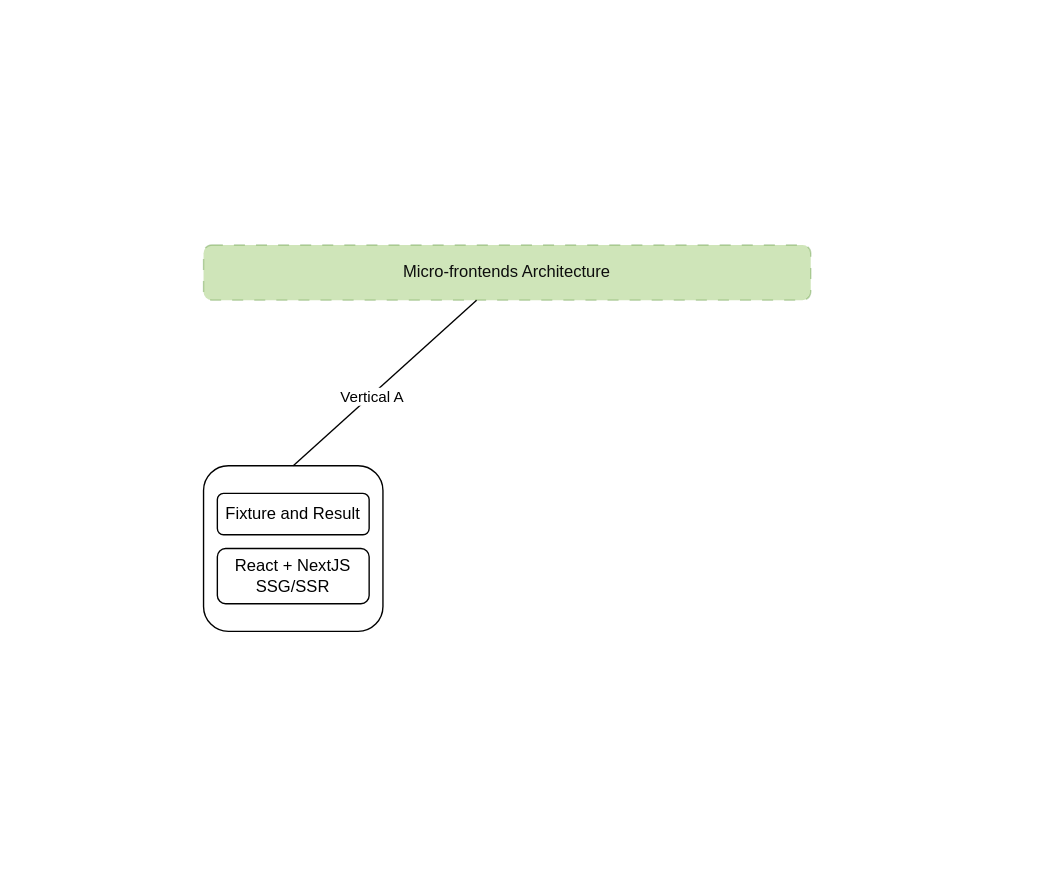
The draw.io diagram page "team" (1 of 3) of abc-racing.drawio in ajaynarang/diagrams, before the edit. Source tidied: cells renumbered, new cells numbered last; positions are measured from the earlier drawing's top-left corner, leaving out a move shared by most shapes. Both pictures are drawn from the tidied source at 138%, with x=0, y=0 at pixel (203, 244).
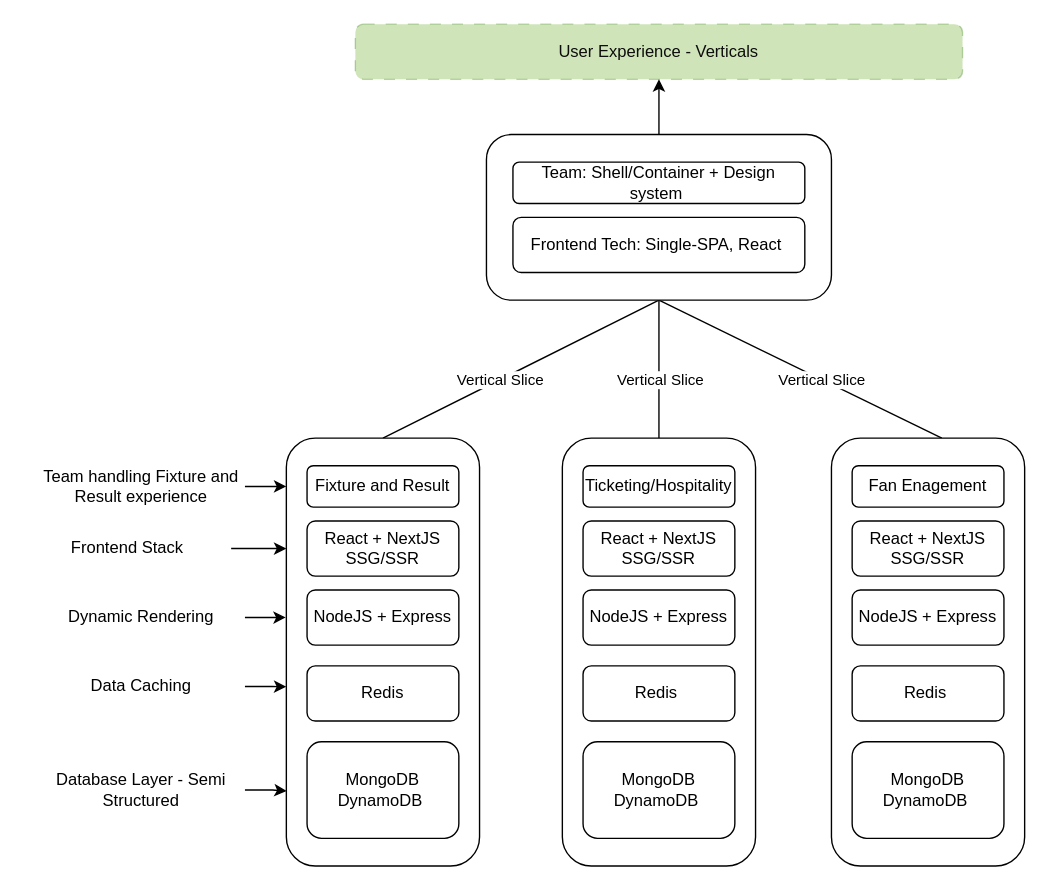
After the change.

Change to the diagram source:
```diff
@@
-    <mxCell id="2" value="Micro-frontends Architecture" style="rounded=1;whiteSpace=wrap;html=1;dashed=1;dashPattern=8 8;fillColor=#60a917;fontColor=#0D0D0D;strokeColor=#2D7600;opacity=30;" parent="1" vertex="1">
-      <mxGeometry width="440" height="40" as="geometry" />
+    <mxCell id="2" value="User Experience - Verticals" style="rounded=1;whiteSpace=wrap;html=1;dashed=1;dashPattern=8 8;fillColor=#60a917;fontColor=#0D0D0D;strokeColor=#2D7600;opacity=30;" parent="1" vertex="1">
+      <mxGeometry x="110" y="-160" width="440" height="40" as="geometry" />
     </mxCell>
-    <mxCell id="3" style="rounded=1;whiteSpace=wrap;html=1;" parent="1" vertex="1">
-      <mxGeometry y="160" width="130" height="120" as="geometry" />
-    </mxCell>
-    <mxCell id="4" style="rounded=0;jettySize=auto;html=1;exitX=0.5;exitY=0;exitDx=0;exitDy=0;endArrow=none;startFill=0;" parent="1" edge="1" source="3" target="2">
+    <mxCell id="4" style="rounded=0;jettySize=auto;html=1;exitX=0.5;exitY=0;exitDx=0;exitDy=0;endArrow=none;startFill=0;entryX=0.5;entryY=1;entryDx=0;entryDy=0;" parent="1" edge="1" source="3" target="14">
       <mxGeometry relative="1" as="geometry" />
     </mxCell>
-    <mxCell id="5" value="Vertical A" style="edgeLabel;html=1;align=center;verticalAlign=middle;" parent="4" vertex="1">
+    <mxCell id="5" value="Vertical Slice" style="edgeLabel;html=1;align=center;verticalAlign=middle;" parent="4" vertex="1">
       <mxGeometry x="-0.15" relative="1" as="geometry" />
     </mxCell>
+    <mxCell id="8" style="rounded=0;jettySize=auto;html=1;exitX=0.5;exitY=0;exitDx=0;exitDy=0;endArrow=none;startFill=0;entryX=0.5;entryY=1;entryDx=0;entryDy=0;" parent="1" edge="1" target="14">
+      <mxGeometry relative="1" as="geometry">
+        <mxPoint x="330" y="140" as="sourcePoint" />
+      </mxGeometry>
+    </mxCell>
+    <mxCell id="9" value="Vertical Slice" style="edgeLabel;html=1;align=center;verticalAlign=middle;" parent="8" vertex="1">
+      <mxGeometry x="-0.15" relative="1" as="geometry" />
+    </mxCell>
+    <mxCell id="10" style="rounded=0;jettySize=auto;html=1;exitX=0.5;exitY=0;exitDx=0;exitDy=0;endArrow=none;startFill=0;entryX=0.5;entryY=1;entryDx=0;entryDy=0;" parent="1" edge="1" target="14">
+      <mxGeometry relative="1" as="geometry">
+        <mxPoint x="535" y="140" as="sourcePoint" />
+      </mxGeometry>
+    </mxCell>
+    <mxCell id="11" value="Vertical Slice" style="edgeLabel;html=1;align=center;verticalAlign=middle;" parent="10" vertex="1">
+      <mxGeometry x="-0.15" relative="1" as="geometry" />
+    </mxCell>
+    <mxCell id="12" style="group;" parent="1" vertex="1">
+      <mxGeometry x="205" y="-80" width="250" height="120" as="geometry" />
+    </mxCell>
+    <mxCell id="13" style="group;" parent="12" vertex="1">
+      <mxGeometry width="250" height="120" as="geometry" />
+    </mxCell>
+    <mxCell id="14" style="rounded=1;whiteSpace=wrap;html=1;" parent="13" vertex="1">
+      <mxGeometry width="250" height="120" as="geometry" />
+    </mxCell>
+    <mxCell id="15" value="Frontend Tech: Single-SPA, React&amp;nbsp;" style="rounded=1;whiteSpace=wrap;html=1;" parent="13" vertex="1">
+      <mxGeometry x="19.2" y="60" width="211.5" height="40" as="geometry" />
+    </mxCell>
+    <mxCell id="16" value="Team: Shell/Container + Design system&amp;nbsp;" style="rounded=1;whiteSpace=wrap;html=1;" parent="13" vertex="1">
+      <mxGeometry x="19.2" y="20" width="211.5" height="30" as="geometry" />
+    </mxCell>
+    <mxCell id="17" style="edgeStyle=orthogonalEdgeStyle;rounded=0;jettySize=auto;html=1;" parent="1" edge="1" source="14" target="2">
+      <mxGeometry relative="1" as="geometry" />
+    </mxCell>
+    <mxCell id="3" style="rounded=1;whiteSpace=wrap;html=1;" parent="1" vertex="1">
+      <mxGeometry x="60" y="140" width="140" height="310" as="geometry" />
+    </mxCell>
     <mxCell id="6" value="React + NextJS SSG/SSR" style="rounded=1;whiteSpace=wrap;html=1;" parent="1" vertex="1">
-      <mxGeometry x="10" y="220" width="110" height="40" as="geometry" />
+      <mxGeometry x="75" y="200" width="110" height="40" as="geometry" />
     </mxCell>
     <mxCell id="7" value="Fixture and Result" style="rounded=1;whiteSpace=wrap;html=1;" parent="1" vertex="1">
-      <mxGeometry x="10" y="180" width="110" height="30" as="geometry" />
+      <mxGeometry x="75" y="160" width="110" height="30" as="geometry" />
     </mxCell>
+    <mxCell id="18" value="NodeJS + Express" style="rounded=1;whiteSpace=wrap;html=1;" parent="1" vertex="1">
+      <mxGeometry x="75" y="250" width="110" height="40" as="geometry" />
+    </mxCell>
+    <mxCell id="19" value="Redis" style="rounded=1;whiteSpace=wrap;html=1;" parent="1" vertex="1">
+      <mxGeometry x="75" y="305" width="110" height="40" as="geometry" />
+    </mxCell>
+    <mxCell id="20" value="MongoDB&lt;div&gt;DynamoDB&amp;nbsp;&lt;/div&gt;" style="rounded=1;whiteSpace=wrap;html=1;" parent="1" vertex="1">
+      <mxGeometry x="75" y="360" width="110" height="70" as="geometry" />
+    </mxCell>
+    <mxCell id="21" style="edgeStyle=orthogonalEdgeStyle;rounded=0;jettySize=auto;html=1;" parent="1" edge="1" source="22">
+      <mxGeometry relative="1" as="geometry">
+        <mxPoint x="60" y="175" as="targetPoint" />
+      </mxGeometry>
+    </mxCell>
+    <mxCell id="22" value="Team handling Fixture and Result experience" style="text;html=1;align=center;verticalAlign=middle;whiteSpace=wrap;rounded=0;" parent="1" vertex="1">
+      <mxGeometry x="-120" y="160" width="150" height="30" as="geometry" />
+    </mxCell>
+    <mxCell id="23" style="edgeStyle=orthogonalEdgeStyle;rounded=0;jettySize=auto;html=1;entryX=0;entryY=0.258;entryDx=0;entryDy=0;entryPerimeter=0;" parent="1" edge="1" source="24" target="3">
+      <mxGeometry relative="1" as="geometry" />
+    </mxCell>
+    <mxCell id="24" value="Frontend Stack" style="text;html=1;align=center;verticalAlign=middle;whiteSpace=wrap;rounded=0;" parent="1" vertex="1">
+      <mxGeometry x="-130" y="205" width="150" height="30" as="geometry" />
+    </mxCell>
+    <mxCell id="25" value="Dynamic Rendering" style="text;html=1;align=center;verticalAlign=middle;whiteSpace=wrap;rounded=0;" parent="1" vertex="1">
+      <mxGeometry x="-120" y="255" width="150" height="30" as="geometry" />
+    </mxCell>
+    <mxCell id="26" value="Data Caching" style="text;html=1;align=center;verticalAlign=middle;whiteSpace=wrap;rounded=0;" parent="1" vertex="1">
+      <mxGeometry x="-120" y="305" width="150" height="30" as="geometry" />
+    </mxCell>
+    <mxCell id="27" value="Database Layer - Semi Structured" style="text;html=1;align=center;verticalAlign=middle;whiteSpace=wrap;rounded=0;" parent="1" vertex="1">
+      <mxGeometry x="-120" y="380" width="150" height="30" as="geometry" />
+    </mxCell>
+    <mxCell id="28" style="edgeStyle=orthogonalEdgeStyle;rounded=0;jettySize=auto;html=1;entryX=-0.003;entryY=0.419;entryDx=0;entryDy=0;entryPerimeter=0;" parent="1" edge="1" source="25" target="3">
+      <mxGeometry relative="1" as="geometry" />
+    </mxCell>
+    <mxCell id="29" style="edgeStyle=orthogonalEdgeStyle;rounded=0;jettySize=auto;html=1;entryX=0;entryY=0.581;entryDx=0;entryDy=0;entryPerimeter=0;" parent="1" edge="1" source="26" target="3">
+      <mxGeometry relative="1" as="geometry" />
+    </mxCell>
+    <mxCell id="30" style="edgeStyle=orthogonalEdgeStyle;rounded=0;jettySize=auto;html=1;entryX=0.002;entryY=0.825;entryDx=0;entryDy=0;entryPerimeter=0;" parent="1" edge="1" source="27" target="3">
+      <mxGeometry relative="1" as="geometry" />
+    </mxCell>
+    <mxCell id="31" style="group;" parent="1" vertex="1">
+      <mxGeometry x="260" y="140" width="140" height="310" as="geometry" />
+    </mxCell>
+    <mxCell id="32" style="rounded=1;whiteSpace=wrap;html=1;" parent="31" vertex="1">
+      <mxGeometry width="140" height="310" as="geometry" />
+    </mxCell>
+    <mxCell id="33" value="React + NextJS SSG/SSR" style="rounded=1;whiteSpace=wrap;html=1;" parent="31" vertex="1">
+      <mxGeometry x="15" y="60" width="110" height="40" as="geometry" />
+    </mxCell>
+    <mxCell id="34" value="Ticketing/Hospitality" style="rounded=1;whiteSpace=wrap;html=1;" parent="31" vertex="1">
+      <mxGeometry x="15" y="20" width="110" height="30" as="geometry" />
+    </mxCell>
+    <mxCell id="35" value="NodeJS + Express" style="rounded=1;whiteSpace=wrap;html=1;" parent="31" vertex="1">
+      <mxGeometry x="15" y="110" width="110" height="40" as="geometry" />
+    </mxCell>
+    <mxCell id="36" value="Redis&amp;nbsp;" style="rounded=1;whiteSpace=wrap;html=1;" parent="31" vertex="1">
+      <mxGeometry x="15" y="165" width="110" height="40" as="geometry" />
+    </mxCell>
+    <mxCell id="37" value="MongoDB&lt;div&gt;DynamoDB&amp;nbsp;&lt;/div&gt;" style="rounded=1;whiteSpace=wrap;html=1;" parent="31" vertex="1">
+      <mxGeometry x="15" y="220" width="110" height="70" as="geometry" />
+    </mxCell>
+    <mxCell id="38" style="group;" parent="1" vertex="1">
+      <mxGeometry x="455" y="140" width="140" height="310" as="geometry" />
+    </mxCell>
+    <mxCell id="39" style="rounded=1;whiteSpace=wrap;html=1;" parent="38" vertex="1">
+      <mxGeometry width="140" height="310" as="geometry" />
+    </mxCell>
+    <mxCell id="40" value="React + NextJS SSG/SSR" style="rounded=1;whiteSpace=wrap;html=1;" parent="38" vertex="1">
+      <mxGeometry x="15" y="60" width="110" height="40" as="geometry" />
+    </mxCell>
+    <mxCell id="41" value="Fan Enagement" style="rounded=1;whiteSpace=wrap;html=1;" parent="38" vertex="1">
+      <mxGeometry x="15" y="20" width="110" height="30" as="geometry" />
+    </mxCell>
+    <mxCell id="42" value="NodeJS + Express" style="rounded=1;whiteSpace=wrap;html=1;" parent="38" vertex="1">
+      <mxGeometry x="15" y="110" width="110" height="40" as="geometry" />
+    </mxCell>
+    <mxCell id="43" value="Redis&amp;nbsp;" style="rounded=1;whiteSpace=wrap;html=1;" parent="38" vertex="1">
+      <mxGeometry x="15" y="165" width="110" height="40" as="geometry" />
+    </mxCell>
+    <mxCell id="44" value="MongoDB&lt;div&gt;DynamoDB&amp;nbsp;&lt;/div&gt;" style="rounded=1;whiteSpace=wrap;html=1;" parent="38" vertex="1">
+      <mxGeometry x="15" y="220" width="110" height="70" as="geometry" />
+    </mxCell>
```
